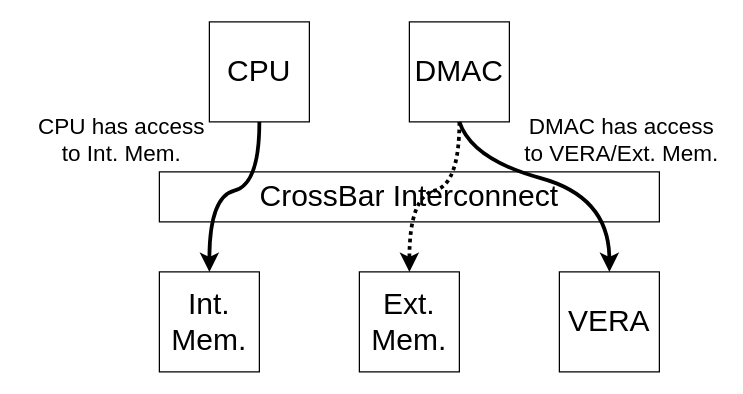
Earlier version of the draw.io diagram docs/assets/CrossBarExample.drawio (epsilon537/boxlambda). Source tidied: cells renumbered, new cells numbered last; positions are measured from the earlier drawing's top-left corner, leaving out a move shared by most shapes. Both pictures are drawn from the tidied source at 125%, with x=0, y=0 at pixel (21, 21).
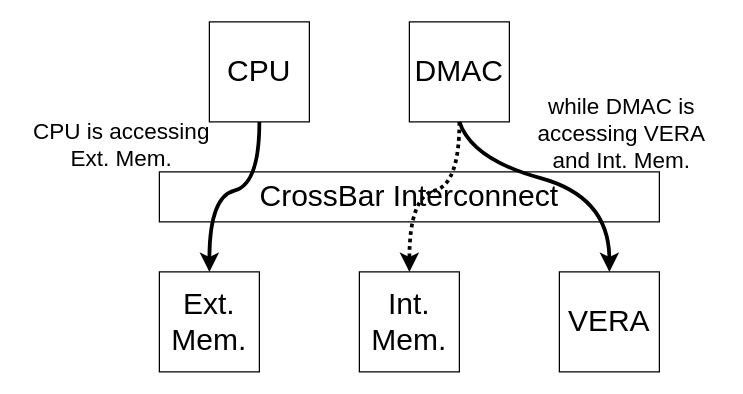
The same diagram, later.

Change to the diagram source:
```diff
@@
 <mxGraphModel>
   <root>
     <mxCell id="0" />
     <mxCell id="1" parent="0" />
     <mxCell id="2" value="CPU" style="whiteSpace=wrap;html=1;fontSize=24;" parent="1" vertex="1">
       <mxGeometry x="150" width="80" height="80" as="geometry" />
     </mxCell>
     <mxCell id="3" value="DMAC" style="whiteSpace=wrap;html=1;fontSize=24;" parent="1" vertex="1">
       <mxGeometry x="310" width="80" height="80" as="geometry" />
     </mxCell>
-    <mxCell id="4" value="Int.&lt;br&gt;Mem." style="whiteSpace=wrap;html=1;fontSize=24;" parent="1" vertex="1">
+    <mxCell id="4" value="Ext.&lt;br&gt;Mem." style="whiteSpace=wrap;html=1;fontSize=24;" parent="1" vertex="1">
       <mxGeometry x="110" y="200" width="80" height="80" as="geometry" />
     </mxCell>
-    <mxCell id="5" value="Ext.&lt;br&gt;Mem." style="whiteSpace=wrap;html=1;fontSize=24;" parent="1" vertex="1">
+    <mxCell id="5" value="Int.&lt;br&gt;Mem." style="whiteSpace=wrap;html=1;fontSize=24;" parent="1" vertex="1">
       <mxGeometry x="270" y="200" width="80" height="80" as="geometry" />
     </mxCell>
     <mxCell id="6" value="VERA" style="whiteSpace=wrap;html=1;fontSize=24;" parent="1" vertex="1">
       <mxGeometry x="430" y="200" width="80" height="80" as="geometry" />
     </mxCell>
     <mxCell id="7" value="CrossBar Interconnect" style="rounded=0;whiteSpace=wrap;html=1;fontSize=24;" parent="1" vertex="1">
       <mxGeometry x="110" y="120" width="400" height="40" as="geometry" />
     </mxCell>
     <mxCell id="8" style="curved=1;endArrow=classic;html=1;rounded=0;fontSize=24;strokeWidth=3;exitX=0.5;exitY=1;exitDx=0;exitDy=0;entryX=0.5;entryY=0;entryDx=0;entryDy=0;" parent="1" edge="1" source="2" target="4">
       <mxGeometry relative="1" as="geometry">
         <Array as="points">
           <mxPoint x="190" y="130" />
           <mxPoint x="150" y="140" />
         </Array>
       </mxGeometry>
     </mxCell>
     <mxCell id="9" style="curved=1;endArrow=classic;html=1;rounded=0;fontSize=24;strokeWidth=3;exitX=0.5;exitY=1;exitDx=0;exitDy=0;entryX=0.5;entryY=0;entryDx=0;entryDy=0;" parent="1" edge="1" source="3" target="6">
       <mxGeometry relative="1" as="geometry">
         <Array as="points">
           <mxPoint x="360" y="110" />
           <mxPoint x="470" y="140" />
         </Array>
       </mxGeometry>
     </mxCell>
     <mxCell id="10" style="curved=1;endArrow=classic;html=1;rounded=0;fontSize=24;strokeWidth=3;exitX=0.5;exitY=1;exitDx=0;exitDy=0;entryX=0.5;entryY=0;entryDx=0;entryDy=0;dashed=1;dashPattern=1 1;" parent="1" edge="1" source="3" target="5">
       <mxGeometry relative="1" as="geometry">
         <Array as="points">
           <mxPoint x="350" y="130" />
           <mxPoint x="310" y="140" />
         </Array>
       </mxGeometry>
     </mxCell>
-    <mxCell id="11" value="CPU has access &lt;br&gt;to Int. Mem." style="text;html=1;strokeColor=none;fillColor=none;align=center;verticalAlign=middle;whiteSpace=wrap;rounded=0;fontSize=18;" parent="1" vertex="1">
-      <mxGeometry y="80" width="160" height="30" as="geometry" />
+    <mxCell id="11" value="CPU is accessing Ext.&amp;nbsp;Mem." style="text;html=1;strokeColor=none;fillColor=none;align=center;verticalAlign=middle;whiteSpace=wrap;rounded=0;fontSize=18;" parent="1" vertex="1">
+      <mxGeometry y="84" width="160" height="30" as="geometry" />
     </mxCell>
-    <mxCell id="12" value="DMAC has access to VERA/Ext. Mem." style="text;html=1;strokeColor=none;fillColor=none;align=center;verticalAlign=middle;whiteSpace=wrap;rounded=0;fontSize=18;" parent="1" vertex="1">
-      <mxGeometry x="400" y="80" width="160" height="30" as="geometry" />
+    <mxCell id="12" value="while DMAC is accessing VERA and Int. Mem." style="text;html=1;strokeColor=none;fillColor=none;align=center;verticalAlign=middle;whiteSpace=wrap;rounded=0;fontSize=18;" parent="1" vertex="1">
+      <mxGeometry x="400" y="75" width="160" height="30" as="geometry" />
     </mxCell>
   </root>
 </mxGraphModel>
```
